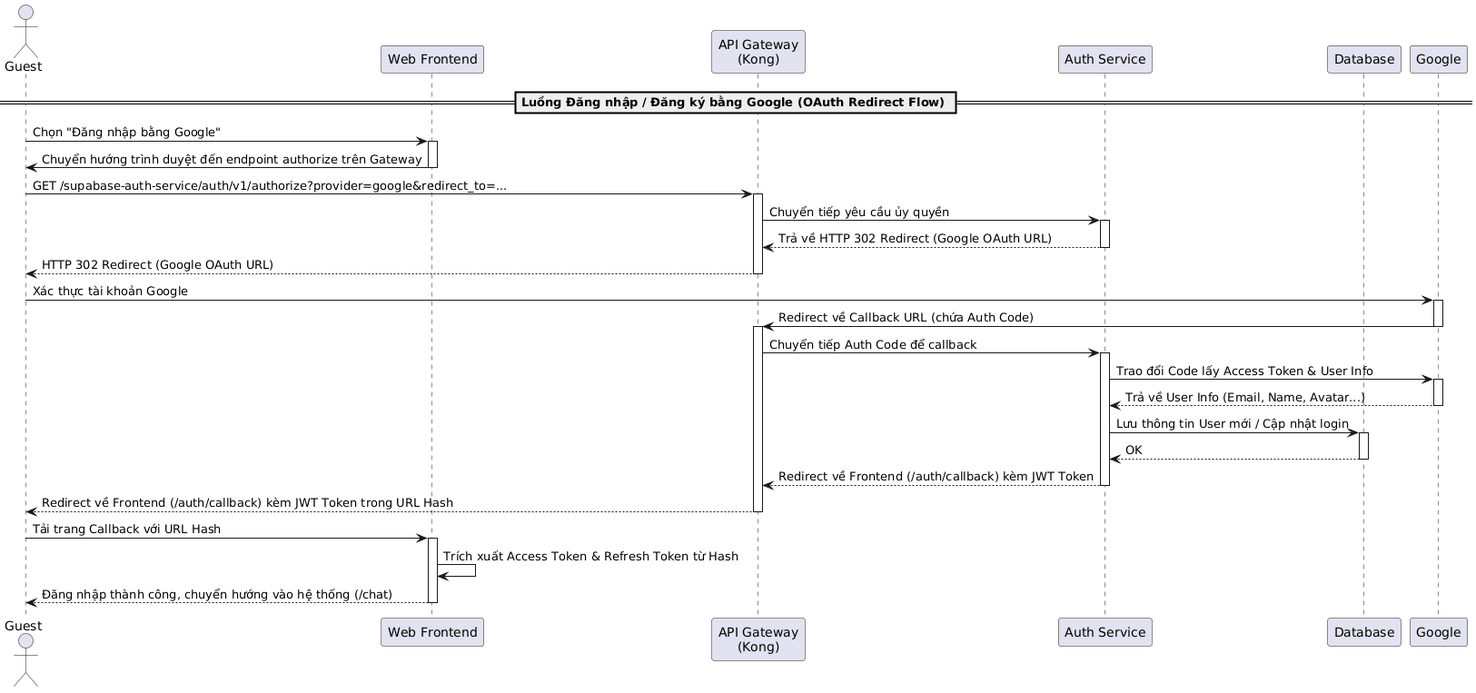
This is temp/05-sequence/UML-Sequence-03.png from 20206205Tech/docs-uml, a PlantUML export, as it was before one commit.
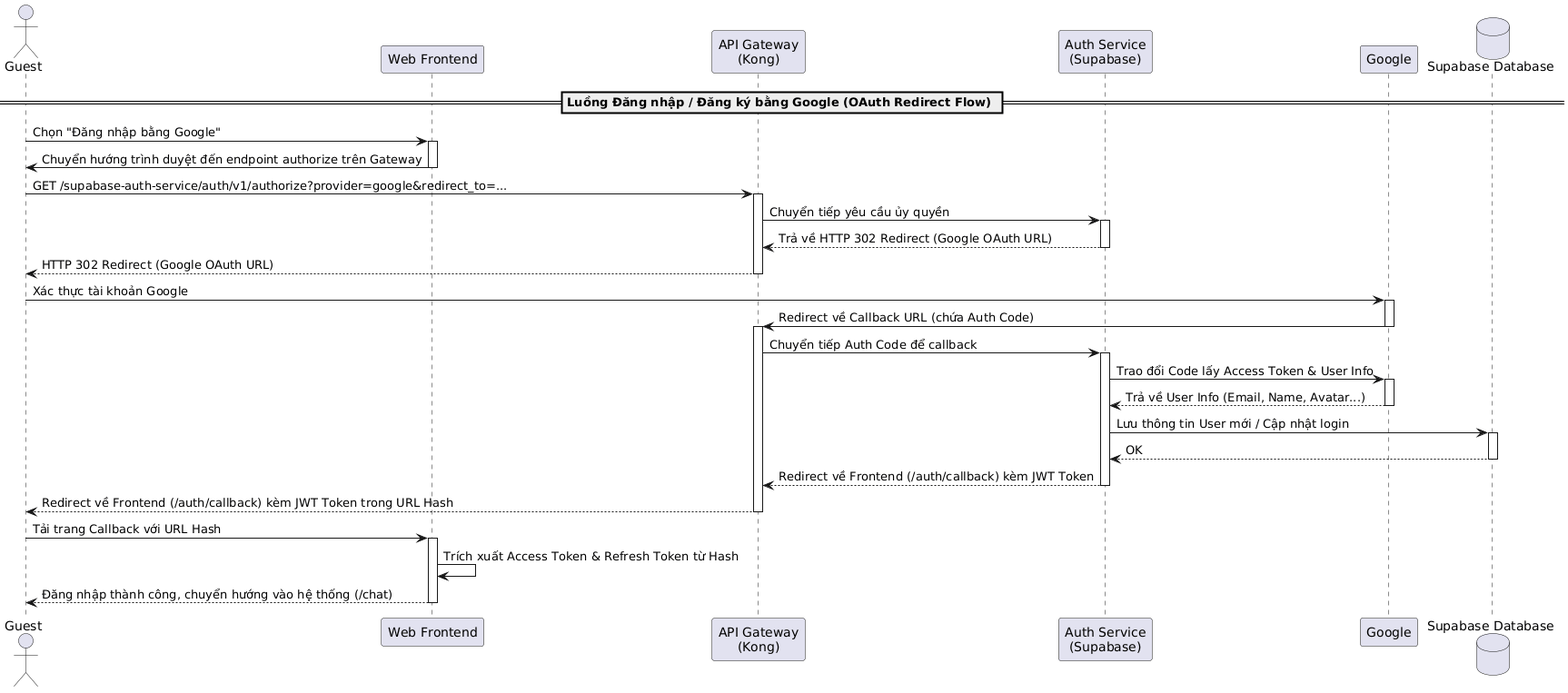
Above is the later version.

Diff of the diagram source:
```diff
@@ -2,9 +2,9 @@
 actor "Guest" as Guest
 participant "Web Frontend" as Frontend
 participant "API Gateway\n(Kong)" as Kong
-participant "Auth Service" as AuthService
-participant "Database" as DB
+participant "Auth Service\n(Supabase)" as AuthService
 participant "Google" as Google
+database "Supabase Database" as DB
 
 == Luồng Đăng nhập / Đăng ký bằng Google (OAuth Redirect Flow) ==
 Guest -> Frontend: Chọn "Đăng nhập bằng Google"
```
